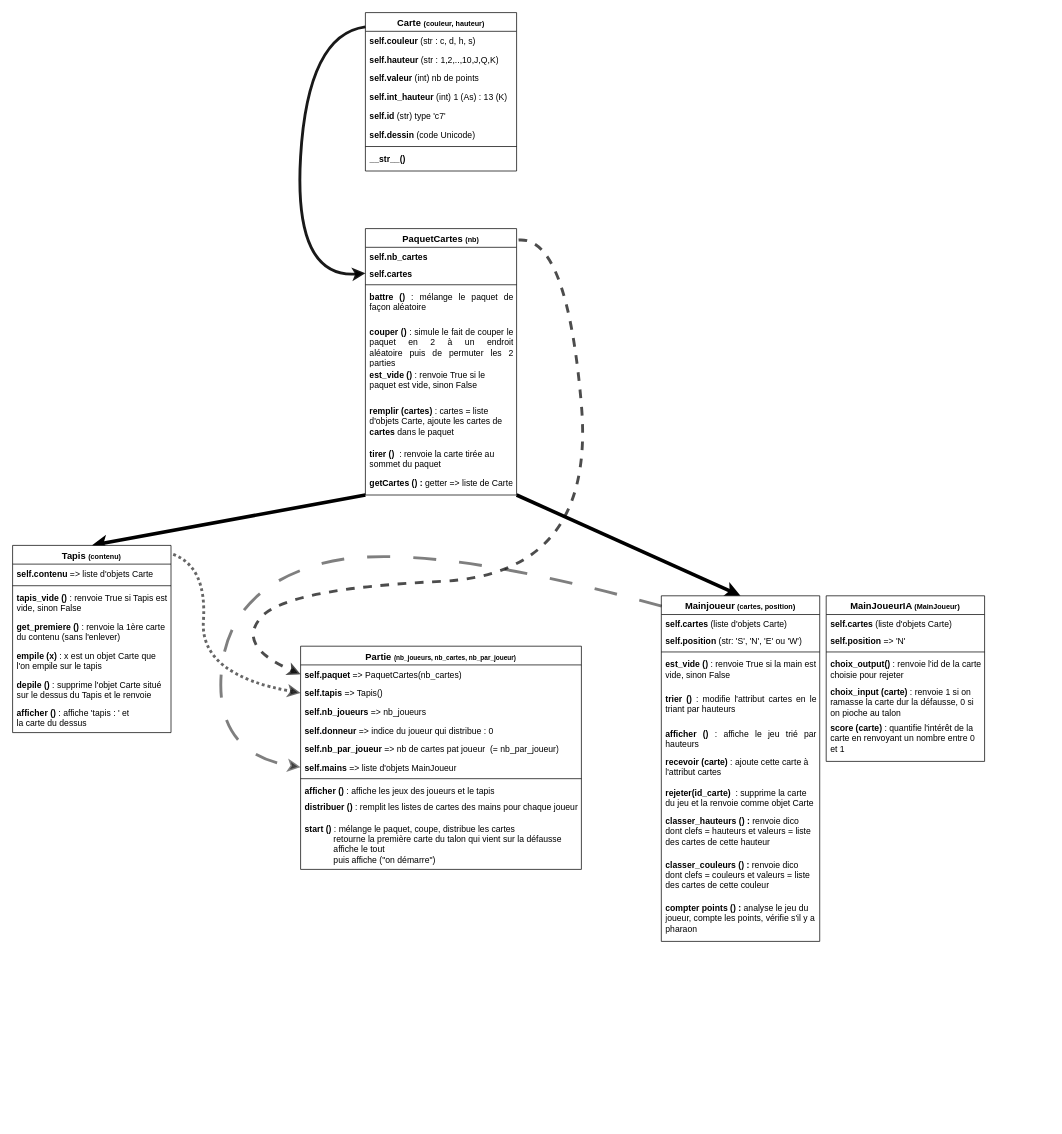
The draw.io diagram page "jalon_2bis" (3 of 3) of diagramme_classes_V1.drawio in gaspth64/pharaon, before the edit. Source tidied: cells renumbered, new cells numbered last; positions are measured from the earlier drawing's top-left corner, leaving out a move shared by most shapes. Both pictures are drawn from the tidied source at 72%, with x=0, y=0 at pixel (12, 12).
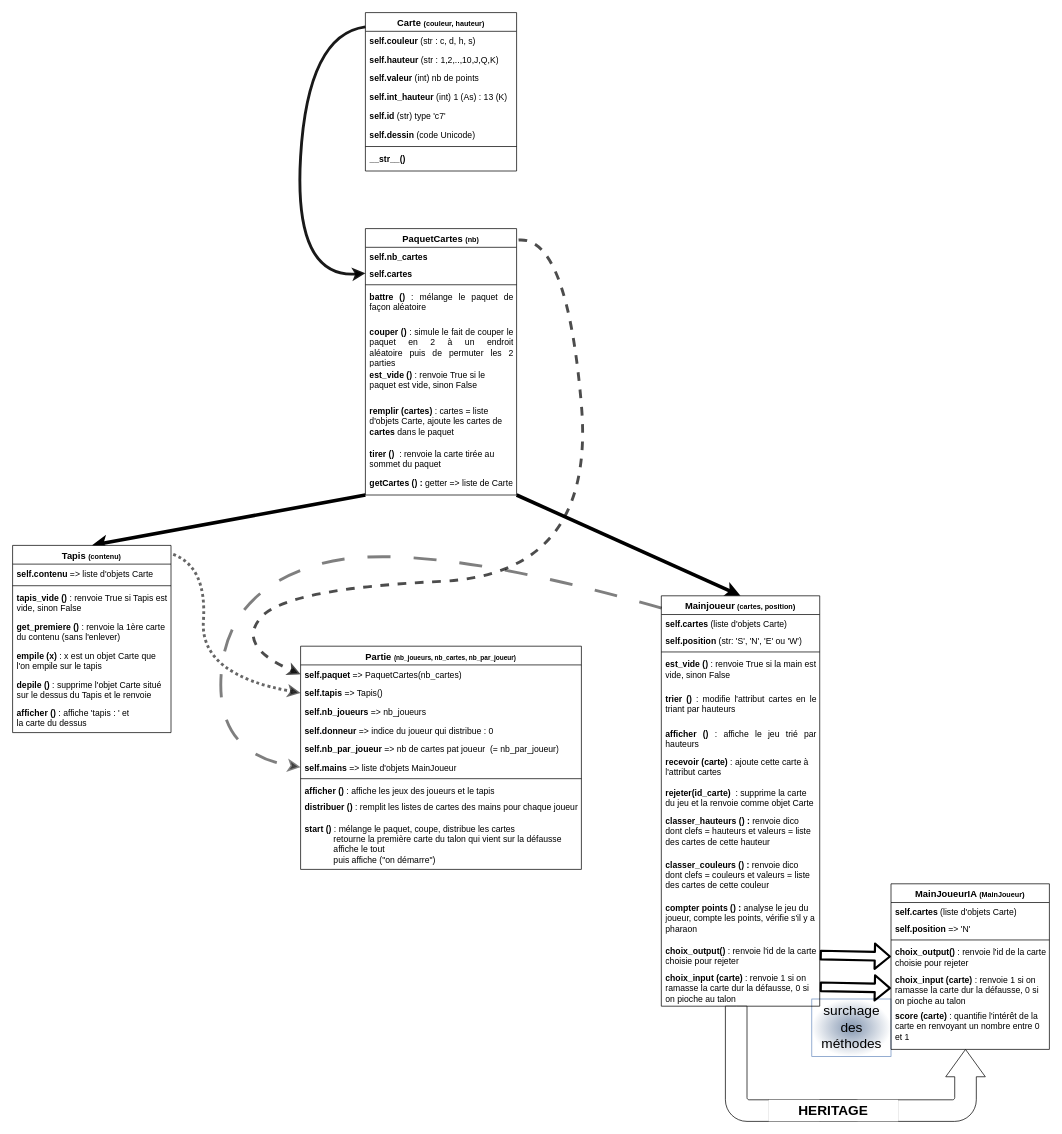
The same diagram, later.

Commit message:
diagramme des classes jalon 2bis

The change refers to these unchanged cells:
```xml
<mxCell id="62" value="&lt;b&gt;choix_output() &lt;/b&gt;:&amp;nbsp;&lt;span style=&quot;background-color: initial;&quot;&gt;renvoie l'id de la carte choisie pour rejeter&lt;br&gt;&lt;/span&gt;" style="text;align=left;verticalAlign=top;spacingLeft=4;spacingRight=4;overflow=hidden;points=[[0,0.5],[1,0.5]];portConstraint=eastwest;html=1;whiteSpace=wrap;" parent="58" vertex="1">
  <mxGeometry y="82" width="220" height="38" as="geometry" />
</mxCell>
<mxCell id="63" value="&lt;b&gt;choix_input (carte) &lt;/b&gt;: renvoie 1 si on ramasse la carte dur la défausse, 0 si on pioche au talon&lt;span style=&quot;background-color: initial;&quot;&gt;&lt;br&gt;&lt;/span&gt;" style="text;align=left;verticalAlign=top;spacingLeft=4;spacingRight=4;overflow=hidden;points=[[0,0.5],[1,0.5]];portConstraint=eastwest;html=1;whiteSpace=wrap;" parent="58" vertex="1">
  <mxGeometry y="120" width="220" height="50" as="geometry" />
</mxCell>
```

The edit, as a diff of the source:
```diff
@@
+    <mxCell id="65" value="surchage&lt;br&gt;des&lt;br&gt;méthodes" style="text;html=1;align=center;verticalAlign=middle;strokeColor=#6c8ebf;fillColor=#8295b0;fontSize=19;gradientColor=#ffffff;gradientDirection=radial;" parent="1" vertex="1">
+      <mxGeometry x="1110" y="1370" width="110" height="80" as="geometry" />
+    </mxCell>
@@
     <mxCell id="21" value="&lt;b style=&quot;&quot;&gt;&lt;font style=&quot;font-size: 13px;&quot;&gt;Mainjoueur&lt;/font&gt;&lt;span style=&quot;font-size: 11px;&quot;&gt; &lt;/span&gt;&lt;font style=&quot;font-size: 10px;&quot;&gt;(cartes, position&lt;/font&gt;&lt;font style=&quot;font-size: 11px;&quot;&gt;)&lt;/font&gt;&lt;/b&gt;" style="swimlane;fontStyle=0;align=center;verticalAlign=top;horizontal=1;startSize=26;rounded=0;shadow=0;strokeWidth=1;html=1;whiteSpace=wrap;" parent="1" vertex="1">
-      <mxGeometry x="901" y="810" width="220" height="480" as="geometry" />
+      <mxGeometry x="901" y="810" width="220" height="570" as="geometry" />
     </mxCell>
@@
+    <mxCell id="66" value="&lt;b&gt;choix_output() &lt;/b&gt;:&amp;nbsp;&lt;span style=&quot;background-color: initial;&quot;&gt;renvoie l'id de la carte choisie pour rejeter&lt;br&gt;&lt;/span&gt;" style="text;align=left;verticalAlign=top;spacingLeft=4;spacingRight=4;overflow=hidden;points=[[0,0.5],[1,0.5]];portConstraint=eastwest;html=1;whiteSpace=wrap;" parent="21" vertex="1">
+      <mxGeometry y="480" width="220" height="38" as="geometry" />
+    </mxCell>
+    <mxCell id="67" value="&lt;b&gt;choix_input (carte) &lt;/b&gt;: renvoie 1 si on ramasse la carte dur la défausse, 0 si on pioche au talon&lt;span style=&quot;background-color: initial;&quot;&gt;&lt;br&gt;&lt;/span&gt;" style="text;align=left;verticalAlign=top;spacingLeft=4;spacingRight=4;overflow=hidden;points=[[0,0.5],[1,0.5]];portConstraint=eastwest;html=1;whiteSpace=wrap;" parent="21" vertex="1">
+      <mxGeometry y="518" width="220" height="50" as="geometry" />
+    </mxCell>
@@
     <mxCell id="58" value="&lt;b style=&quot;&quot;&gt;&lt;font style=&quot;font-size: 13px;&quot;&gt;MainJoueurIA&lt;/font&gt;&lt;span style=&quot;font-size: 11px;&quot;&gt; &lt;/span&gt;&lt;font style=&quot;font-size: 10px;&quot;&gt;(MainJoueur&lt;/font&gt;&lt;font style=&quot;font-size: 11px;&quot;&gt;)&lt;/font&gt;&lt;/b&gt;" style="swimlane;fontStyle=0;align=center;verticalAlign=top;horizontal=1;startSize=26;rounded=0;shadow=0;strokeWidth=1;html=1;whiteSpace=wrap;" parent="1" vertex="1">
-      <mxGeometry x="1130" y="810" width="220" height="230" as="geometry" />
+      <mxGeometry x="1220" y="1210" width="220" height="230" as="geometry" />
     </mxCell>
@@
+    <mxCell id="68" style="html=1;shadow=0;dashed=0;align=center;verticalAlign=middle;shape=mxgraph.arrows2.bendArrow;dy=15;dx=38;notch=0;arrowHead=30;rounded=1;direction=west;flipH=1;" parent="1" vertex="1">
+      <mxGeometry x="990" y="1380" width="220" height="160" as="geometry" />
+    </mxCell>
+    <mxCell id="69" style="html=1;shadow=0;dashed=0;align=center;verticalAlign=middle;shape=mxgraph.arrows2.bendArrow;dy=15;dx=38;notch=0;arrowHead=55;rounded=1;direction=north;flipH=1;" parent="1" vertex="1">
+      <mxGeometry x="1121" y="1440" width="230" height="100" as="geometry" />
+    </mxCell>
+    <mxCell id="70" value="&lt;font style=&quot;font-size: 19px;&quot;&gt;&lt;b&gt;HERITAGE&lt;/b&gt;&lt;/font&gt;" style="rounded=0;whiteSpace=wrap;html=1;strokeWidth=0;" parent="1" vertex="1">
+      <mxGeometry x="1050" y="1510" width="180" height="30" as="geometry" />
+    </mxCell>
+    <mxCell id="71" style="endArrow=classic;html=1;fontSize=19;entryX=0;entryY=0.5;entryDx=0;entryDy=0;exitX=1;exitY=0.5;exitDx=0;exitDy=0;strokeWidth=3;shape=flexArrow;" parent="1" edge="1" source="66" target="62">
+      <mxGeometry relative="1" as="geometry" />
+    </mxCell>
+    <mxCell id="72" style="endArrow=classic;html=1;fontSize=19;entryX=0;entryY=0.5;entryDx=0;entryDy=0;exitX=1;exitY=0.5;exitDx=0;exitDy=0;shape=flexArrow;strokeWidth=3;" parent="1" edge="1" source="67" target="63">
+      <mxGeometry relative="1" as="geometry" />
+    </mxCell>
```
